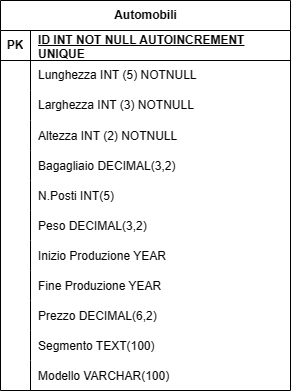
Above: drawio/Diagramma senza titolo.drawio.png in Riccardouras/db-first (draw.io), before the change. Source tidied: cells renumbered, new cells last; positions are measured from the earlier drawing's top-left corner, leaving out a move shared by most shapes. Source of this version:
```xml
<mxGraphModel>
  <root>
    <mxCell id="0" />
    <mxCell id="1" parent="0" />
    <mxCell id="2" value="Automobili" style="shape=table;startSize=30;rowLines=0;fontStyle=1;align=center;html=1;" parent="1" vertex="1">
      <mxGeometry width="290" height="390" as="geometry" />
    </mxCell>
    <mxCell id="3" style="shape=tableRow;horizontal=0;startSize=0;swimlaneHead=0;swimlaneBody=0;fillColor=none;top=0;left=0;right=0;bottom=1;" parent="2" vertex="1">
      <mxGeometry y="30" width="290" height="30" as="geometry" />
    </mxCell>
    <mxCell id="4" value="PK" style="shape=partialRectangle;fillColor=none;top=0;left=0;bottom=0;right=0;fontStyle=1;overflow=hidden;whiteSpace=wrap;html=1;" parent="3" vertex="1">
      <mxGeometry width="30" height="30" as="geometry" />
    </mxCell>
    <mxCell id="5" value="ID INT NOT NULL AUTOINCREMENT UNIQUE" style="shape=partialRectangle;fillColor=none;top=0;left=0;bottom=0;right=0;align=left;spacingLeft=6;fontStyle=5;overflow=hidden;whiteSpace=wrap;html=1;" parent="3" vertex="1">
      <mxGeometry x="30" width="260" height="30" as="geometry" />
    </mxCell>
    <mxCell id="6" style="shape=tableRow;horizontal=0;startSize=0;swimlaneHead=0;swimlaneBody=0;fillColor=none;top=0;left=0;right=0;bottom=0;" parent="2" vertex="1">
      <mxGeometry y="60" width="290" height="30" as="geometry" />
    </mxCell>
    <mxCell id="7" style="shape=partialRectangle;fillColor=none;top=0;left=0;bottom=0;right=0;overflow=hidden;whiteSpace=wrap;html=1;" parent="6" vertex="1">
      <mxGeometry width="30" height="30" as="geometry" />
    </mxCell>
    <mxCell id="8" value="Lunghezza INT (5) NOTNULL" style="shape=partialRectangle;fillColor=none;top=0;left=0;bottom=0;right=0;align=left;spacingLeft=6;overflow=hidden;whiteSpace=wrap;html=1;" parent="6" vertex="1">
      <mxGeometry x="30" width="260" height="30" as="geometry" />
    </mxCell>
    <mxCell id="9" style="shape=tableRow;horizontal=0;startSize=0;swimlaneHead=0;swimlaneBody=0;fillColor=none;top=0;left=0;right=0;bottom=0;" parent="2" vertex="1">
      <mxGeometry y="90" width="290" height="30" as="geometry" />
    </mxCell>
    <mxCell id="10" style="shape=partialRectangle;fillColor=none;top=0;left=0;bottom=0;right=0;overflow=hidden;whiteSpace=wrap;html=1;" parent="9" vertex="1">
      <mxGeometry width="30" height="30" as="geometry" />
    </mxCell>
    <mxCell id="11" value="Larghezza INT (3) NOTNULL" style="shape=partialRectangle;fillColor=none;top=0;left=0;bottom=0;right=0;align=left;spacingLeft=6;overflow=hidden;whiteSpace=wrap;html=1;" parent="9" vertex="1">
      <mxGeometry x="30" width="260" height="30" as="geometry" />
    </mxCell>
    <mxCell id="12" style="shape=tableRow;horizontal=0;startSize=0;swimlaneHead=0;swimlaneBody=0;fillColor=none;top=0;left=0;right=0;bottom=0;" parent="2" vertex="1">
      <mxGeometry y="120" width="290" height="30" as="geometry" />
    </mxCell>
    <mxCell id="13" style="shape=partialRectangle;fillColor=none;top=0;left=0;bottom=0;right=0;overflow=hidden;" parent="12" vertex="1">
      <mxGeometry width="30" height="30" as="geometry" />
    </mxCell>
    <mxCell id="14" value="Altezza INT (2) NOTNULL" style="shape=partialRectangle;fillColor=none;top=0;left=0;bottom=0;right=0;align=left;spacingLeft=6;overflow=hidden;" parent="12" vertex="1">
      <mxGeometry x="30" width="260" height="30" as="geometry" />
    </mxCell>
    <mxCell id="15" style="shape=tableRow;horizontal=0;startSize=0;swimlaneHead=0;swimlaneBody=0;fillColor=none;top=0;left=0;right=0;bottom=0;" parent="2" vertex="1">
      <mxGeometry y="150" width="290" height="30" as="geometry" />
    </mxCell>
    <mxCell id="16" style="shape=partialRectangle;fillColor=none;top=0;left=0;bottom=0;right=0;overflow=hidden;" parent="15" vertex="1">
      <mxGeometry width="30" height="30" as="geometry" />
    </mxCell>
    <mxCell id="17" value="Bagagliaio DECIMAL(3,2)" style="shape=partialRectangle;fillColor=none;top=0;left=0;bottom=0;right=0;align=left;spacingLeft=6;overflow=hidden;" parent="15" vertex="1">
      <mxGeometry x="30" width="260" height="30" as="geometry" />
    </mxCell>
    <mxCell id="18" style="shape=tableRow;horizontal=0;startSize=0;swimlaneHead=0;swimlaneBody=0;fillColor=none;top=0;left=0;right=0;bottom=0;" parent="2" vertex="1">
      <mxGeometry y="180" width="290" height="30" as="geometry" />
    </mxCell>
    <mxCell id="19" style="shape=partialRectangle;fillColor=none;top=0;left=0;bottom=0;right=0;overflow=hidden;" parent="18" vertex="1">
      <mxGeometry width="30" height="30" as="geometry" />
    </mxCell>
    <mxCell id="20" value="N.Posti INT(5)" style="shape=partialRectangle;fillColor=none;top=0;left=0;bottom=0;right=0;align=left;spacingLeft=6;overflow=hidden;" parent="18" vertex="1">
      <mxGeometry x="30" width="260" height="30" as="geometry" />
    </mxCell>
    <mxCell id="21" style="shape=tableRow;horizontal=0;startSize=0;swimlaneHead=0;swimlaneBody=0;fillColor=none;top=0;left=0;right=0;bottom=0;" parent="2" vertex="1">
      <mxGeometry y="210" width="290" height="30" as="geometry" />
    </mxCell>
    <mxCell id="22" style="shape=partialRectangle;fillColor=none;top=0;left=0;bottom=0;right=0;overflow=hidden;" parent="21" vertex="1">
      <mxGeometry width="30" height="30" as="geometry" />
    </mxCell>
    <mxCell id="23" value="Peso DECIMAL(3,2)" style="shape=partialRectangle;fillColor=none;top=0;left=0;bottom=0;right=0;align=left;spacingLeft=6;overflow=hidden;" parent="21" vertex="1">
      <mxGeometry x="30" width="260" height="30" as="geometry" />
    </mxCell>
    <mxCell id="24" style="shape=tableRow;horizontal=0;startSize=0;swimlaneHead=0;swimlaneBody=0;fillColor=none;top=0;left=0;right=0;bottom=0;" parent="2" vertex="1">
      <mxGeometry y="240" width="290" height="30" as="geometry" />
    </mxCell>
    <mxCell id="25" style="shape=partialRectangle;fillColor=none;top=0;left=0;bottom=0;right=0;overflow=hidden;" parent="24" vertex="1">
      <mxGeometry width="30" height="30" as="geometry" />
    </mxCell>
    <mxCell id="26" value="Inizio Produzione YEAR" style="shape=partialRectangle;fillColor=none;top=0;left=0;bottom=0;right=0;align=left;spacingLeft=6;overflow=hidden;" parent="24" vertex="1">
      <mxGeometry x="30" width="260" height="30" as="geometry" />
    </mxCell>
    <mxCell id="27" style="shape=tableRow;horizontal=0;startSize=0;swimlaneHead=0;swimlaneBody=0;fillColor=none;top=0;left=0;right=0;bottom=0;" parent="2" vertex="1">
      <mxGeometry y="270" width="290" height="30" as="geometry" />
    </mxCell>
    <mxCell id="28" style="shape=partialRectangle;fillColor=none;top=0;left=0;bottom=0;right=0;overflow=hidden;" parent="27" vertex="1">
      <mxGeometry width="30" height="30" as="geometry" />
    </mxCell>
    <mxCell id="29" value="Fine Produzione YEAR" style="shape=partialRectangle;fillColor=none;top=0;left=0;bottom=0;right=0;align=left;spacingLeft=6;overflow=hidden;" parent="27" vertex="1">
      <mxGeometry x="30" width="260" height="30" as="geometry" />
    </mxCell>
    <mxCell id="30" style="shape=tableRow;horizontal=0;startSize=0;swimlaneHead=0;swimlaneBody=0;fillColor=none;top=0;left=0;right=0;bottom=0;" parent="2" vertex="1">
      <mxGeometry y="300" width="290" height="30" as="geometry" />
    </mxCell>
    <mxCell id="31" style="shape=partialRectangle;fillColor=none;top=0;left=0;bottom=0;right=0;overflow=hidden;" parent="30" vertex="1">
      <mxGeometry width="30" height="30" as="geometry" />
    </mxCell>
    <mxCell id="32" value="Prezzo DECIMAL(6,2)" style="shape=partialRectangle;fillColor=none;top=0;left=0;bottom=0;right=0;align=left;spacingLeft=6;overflow=hidden;" parent="30" vertex="1">
      <mxGeometry x="30" width="260" height="30" as="geometry" />
    </mxCell>
    <mxCell id="33" style="shape=tableRow;horizontal=0;startSize=0;swimlaneHead=0;swimlaneBody=0;fillColor=none;top=0;left=0;right=0;bottom=0;" parent="2" vertex="1">
      <mxGeometry y="330" width="290" height="30" as="geometry" />
    </mxCell>
    <mxCell id="34" style="shape=partialRectangle;fillColor=none;top=0;left=0;bottom=0;right=0;overflow=hidden;" parent="33" vertex="1">
      <mxGeometry width="30" height="30" as="geometry" />
    </mxCell>
    <mxCell id="35" value="Segmento TEXT(100)" style="shape=partialRectangle;fillColor=none;top=0;left=0;bottom=0;right=0;align=left;spacingLeft=6;overflow=hidden;" parent="33" vertex="1">
      <mxGeometry x="30" width="260" height="30" as="geometry" />
    </mxCell>
    <mxCell id="36" style="shape=tableRow;horizontal=0;startSize=0;swimlaneHead=0;swimlaneBody=0;fillColor=none;top=0;left=0;right=0;bottom=0;" parent="2" vertex="1">
      <mxGeometry y="360" width="290" height="30" as="geometry" />
    </mxCell>
    <mxCell id="37" style="shape=partialRectangle;fillColor=none;top=0;left=0;bottom=0;right=0;overflow=hidden;" parent="36" vertex="1">
      <mxGeometry width="30" height="30" as="geometry" />
    </mxCell>
    <mxCell id="38" value="Modello VARCHAR(100)" style="shape=partialRectangle;fillColor=none;top=0;left=0;bottom=0;right=0;align=left;spacingLeft=6;overflow=hidden;" parent="36" vertex="1">
      <mxGeometry x="30" width="260" height="30" as="geometry" />
    </mxCell>
  </root>
</mxGraphModel>
```
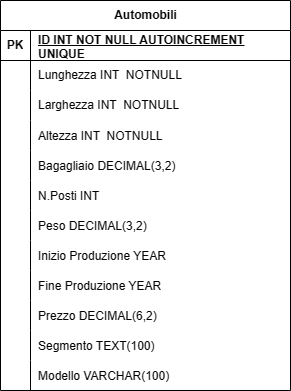
The same file after the commit.

The edit, as a diff of the source:
```diff
@@ -20,7 +20,7 @@
     <mxCell id="7" style="shape=partialRectangle;fillColor=none;top=0;left=0;bottom=0;right=0;overflow=hidden;whiteSpace=wrap;html=1;" parent="6" vertex="1">
       <mxGeometry width="30" height="30" as="geometry" />
     </mxCell>
-    <mxCell id="8" value="Lunghezza INT (5) NOTNULL" style="shape=partialRectangle;fillColor=none;top=0;left=0;bottom=0;right=0;align=left;spacingLeft=6;overflow=hidden;whiteSpace=wrap;html=1;" parent="6" vertex="1">
+    <mxCell id="8" value="Lunghezza INT&amp;nbsp; NOTNULL" style="shape=partialRectangle;fillColor=none;top=0;left=0;bottom=0;right=0;align=left;spacingLeft=6;overflow=hidden;whiteSpace=wrap;html=1;" parent="6" vertex="1">
       <mxGeometry x="30" width="260" height="30" as="geometry" />
     </mxCell>
     <mxCell id="9" style="shape=tableRow;horizontal=0;startSize=0;swimlaneHead=0;swimlaneBody=0;fillColor=none;top=0;left=0;right=0;bottom=0;" parent="2" vertex="1">
@@ -29,7 +29,7 @@
     <mxCell id="10" style="shape=partialRectangle;fillColor=none;top=0;left=0;bottom=0;right=0;overflow=hidden;whiteSpace=wrap;html=1;" parent="9" vertex="1">
       <mxGeometry width="30" height="30" as="geometry" />
     </mxCell>
-    <mxCell id="11" value="Larghezza INT (3) NOTNULL" style="shape=partialRectangle;fillColor=none;top=0;left=0;bottom=0;right=0;align=left;spacingLeft=6;overflow=hidden;whiteSpace=wrap;html=1;" parent="9" vertex="1">
+    <mxCell id="11" value="Larghezza INT&amp;nbsp; NOTNULL" style="shape=partialRectangle;fillColor=none;top=0;left=0;bottom=0;right=0;align=left;spacingLeft=6;overflow=hidden;whiteSpace=wrap;html=1;" parent="9" vertex="1">
       <mxGeometry x="30" width="260" height="30" as="geometry" />
     </mxCell>
     <mxCell id="12" style="shape=tableRow;horizontal=0;startSize=0;swimlaneHead=0;swimlaneBody=0;fillColor=none;top=0;left=0;right=0;bottom=0;" parent="2" vertex="1">
@@ -38,7 +38,7 @@
     <mxCell id="13" style="shape=partialRectangle;fillColor=none;top=0;left=0;bottom=0;right=0;overflow=hidden;" parent="12" vertex="1">
       <mxGeometry width="30" height="30" as="geometry" />
     </mxCell>
-    <mxCell id="14" value="Altezza INT (2) NOTNULL" style="shape=partialRectangle;fillColor=none;top=0;left=0;bottom=0;right=0;align=left;spacingLeft=6;overflow=hidden;" parent="12" vertex="1">
+    <mxCell id="14" value="Altezza INT  NOTNULL" style="shape=partialRectangle;fillColor=none;top=0;left=0;bottom=0;right=0;align=left;spacingLeft=6;overflow=hidden;" parent="12" vertex="1">
       <mxGeometry x="30" width="260" height="30" as="geometry" />
     </mxCell>
     <mxCell id="15" style="shape=tableRow;horizontal=0;startSize=0;swimlaneHead=0;swimlaneBody=0;fillColor=none;top=0;left=0;right=0;bottom=0;" parent="2" vertex="1">
@@ -56,7 +56,7 @@
     <mxCell id="19" style="shape=partialRectangle;fillColor=none;top=0;left=0;bottom=0;right=0;overflow=hidden;" parent="18" vertex="1">
       <mxGeometry width="30" height="30" as="geometry" />
     </mxCell>
-    <mxCell id="20" value="N.Posti INT(5)" style="shape=partialRectangle;fillColor=none;top=0;left=0;bottom=0;right=0;align=left;spacingLeft=6;overflow=hidden;" parent="18" vertex="1">
+    <mxCell id="20" value="N.Posti INT" style="shape=partialRectangle;fillColor=none;top=0;left=0;bottom=0;right=0;align=left;spacingLeft=6;overflow=hidden;" parent="18" vertex="1">
       <mxGeometry x="30" width="260" height="30" as="geometry" />
     </mxCell>
     <mxCell id="21" style="shape=tableRow;horizontal=0;startSize=0;swimlaneHead=0;swimlaneBody=0;fillColor=none;top=0;left=0;right=0;bottom=0;" parent="2" vertex="1">
```
